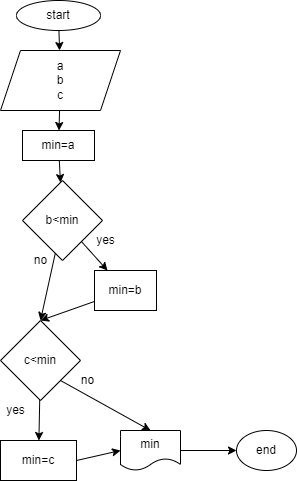
Earlier version of the draw.io export Ex01/diagram.drawio.png (marusssh/C-). Source tidied: cells renumbered, new cells last; positions are measured from the earlier drawing's top-left corner, leaving out a move shared by most shapes.
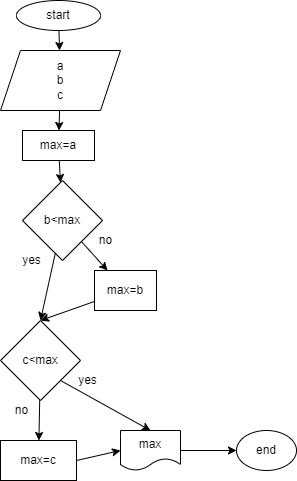
The same diagram one commit later.

Commit message:
Изменили блок-схему

Diff of the diagram source:
```diff
@@ -17,7 +17,7 @@
     <mxCell id="6" style="edgeStyle=none;html=1;" parent="1" edge="1" source="7" target="10">
       <mxGeometry relative="1" as="geometry" />
     </mxCell>
-    <mxCell id="7" value="min=a" style="rounded=0;whiteSpace=wrap;html=1;" parent="1" vertex="1">
+    <mxCell id="7" value="max=a" style="rounded=0;whiteSpace=wrap;html=1;" parent="1" vertex="1">
       <mxGeometry x="22" y="130" width="72" height="30" as="geometry" />
     </mxCell>
     <mxCell id="8" style="edgeStyle=none;html=1;" parent="1" edge="1" source="10" target="12">
@@ -26,17 +26,17 @@
     <mxCell id="9" style="edgeStyle=none;html=1;entryX=0.5;entryY=0;entryDx=0;entryDy=0;" parent="1" edge="1" source="10" target="16">
       <mxGeometry relative="1" as="geometry" />
     </mxCell>
-    <mxCell id="10" value="b&amp;lt;min" style="rhombus;whiteSpace=wrap;html=1;" parent="1" vertex="1">
+    <mxCell id="10" value="b&amp;lt;max" style="rhombus;whiteSpace=wrap;html=1;" parent="1" vertex="1">
       <mxGeometry x="22" y="180" width="80" height="80" as="geometry" />
     </mxCell>
     <mxCell id="11" style="edgeStyle=none;html=1;entryX=0.5;entryY=0;entryDx=0;entryDy=0;" parent="1" edge="1" source="12" target="16">
       <mxGeometry relative="1" as="geometry" />
     </mxCell>
-    <mxCell id="12" value="min=b" style="rounded=0;whiteSpace=wrap;html=1;" parent="1" vertex="1">
+    <mxCell id="12" value="max=b" style="rounded=0;whiteSpace=wrap;html=1;" parent="1" vertex="1">
       <mxGeometry x="94" y="270" width="62" height="40" as="geometry" />
     </mxCell>
     <mxCell id="13" value="yes&lt;br&gt;" style="text;html=1;align=center;verticalAlign=middle;strokeColor=none;fillColor=none;" parent="1" vertex="1">
-      <mxGeometry x="90" y="230" width="30" height="20" as="geometry" />
+      <mxGeometry x="16" y="250" width="30" height="20" as="geometry" />
     </mxCell>
     <mxCell id="14" style="edgeStyle=none;html=1;" parent="1" edge="1" source="16" target="19">
       <mxGeometry relative="1" as="geometry" />
@@ -44,29 +44,29 @@
     <mxCell id="15" style="edgeStyle=none;html=1;exitX=1;exitY=1;exitDx=0;exitDy=0;entryX=0.5;entryY=0;entryDx=0;entryDy=0;" parent="1" edge="1" source="16" target="22">
       <mxGeometry relative="1" as="geometry" />
     </mxCell>
-    <mxCell id="16" value="c&amp;lt;min" style="rhombus;whiteSpace=wrap;html=1;" parent="1" vertex="1">
+    <mxCell id="16" value="c&amp;lt;max" style="rhombus;whiteSpace=wrap;html=1;" parent="1" vertex="1">
       <mxGeometry y="320" width="80" height="80" as="geometry" />
     </mxCell>
     <mxCell id="17" value="no" style="text;html=1;align=center;verticalAlign=middle;strokeColor=none;fillColor=none;" parent="1" vertex="1">
-      <mxGeometry x="25" y="250" width="30" height="20" as="geometry" />
+      <mxGeometry x="90" y="230" width="30" height="20" as="geometry" />
     </mxCell>
     <mxCell id="18" style="edgeStyle=none;html=1;exitX=1;exitY=0.5;exitDx=0;exitDy=0;entryX=0;entryY=0.5;entryDx=0;entryDy=0;" parent="1" edge="1" source="19" target="22">
       <mxGeometry relative="1" as="geometry" />
     </mxCell>
-    <mxCell id="19" value="min=c" style="whiteSpace=wrap;html=1;" parent="1" vertex="1">
+    <mxCell id="19" value="max=c" style="whiteSpace=wrap;html=1;" parent="1" vertex="1">
       <mxGeometry y="440" width="76" height="40" as="geometry" />
     </mxCell>
     <mxCell id="20" value="yes&lt;br&gt;" style="text;html=1;align=center;verticalAlign=middle;strokeColor=none;fillColor=none;" parent="1" vertex="1">
-      <mxGeometry y="400" width="30" height="20" as="geometry" />
+      <mxGeometry x="72" y="370" width="30" height="20" as="geometry" />
     </mxCell>
     <mxCell id="21" style="edgeStyle=none;html=1;exitX=1;exitY=0.5;exitDx=0;exitDy=0;" parent="1" edge="1" source="22" target="24">
       <mxGeometry relative="1" as="geometry" />
     </mxCell>
-    <mxCell id="22" value="min" style="shape=document;whiteSpace=wrap;html=1;boundedLbl=1;" parent="1" vertex="1">
+    <mxCell id="22" value="max" style="shape=document;whiteSpace=wrap;html=1;boundedLbl=1;" parent="1" vertex="1">
       <mxGeometry x="120" y="430" width="60" height="40" as="geometry" />
     </mxCell>
     <mxCell id="23" value="no" style="text;html=1;align=center;verticalAlign=middle;strokeColor=none;fillColor=none;" parent="1" vertex="1">
-      <mxGeometry x="72" y="370" width="30" height="20" as="geometry" />
+      <mxGeometry x="6" y="400" width="30" height="20" as="geometry" />
     </mxCell>
     <mxCell id="24" value="end" style="ellipse;whiteSpace=wrap;html=1;" parent="1" vertex="1">
       <mxGeometry x="236" y="430" width="60" height="40" as="geometry" />
```
